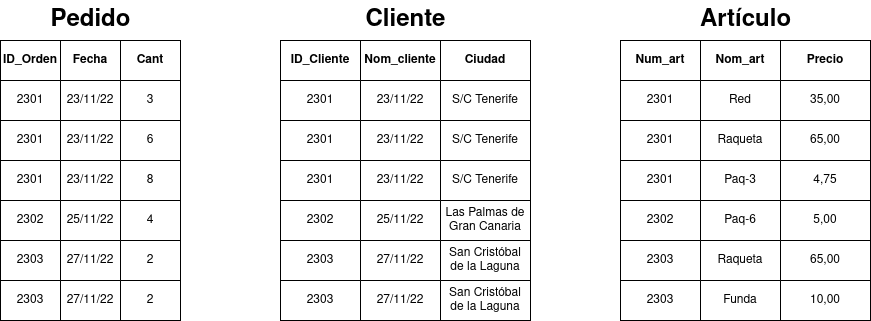
This is TAREAS/Tarea16/IMG/Normalización5.drawio.png from samugd17/base-datos-bae-, a draw.io export, as it was before one commit. Source tidied: cells renumbered, new cells last; positions are measured from the earlier drawing's top-left corner, leaving out a move shared by most shapes.
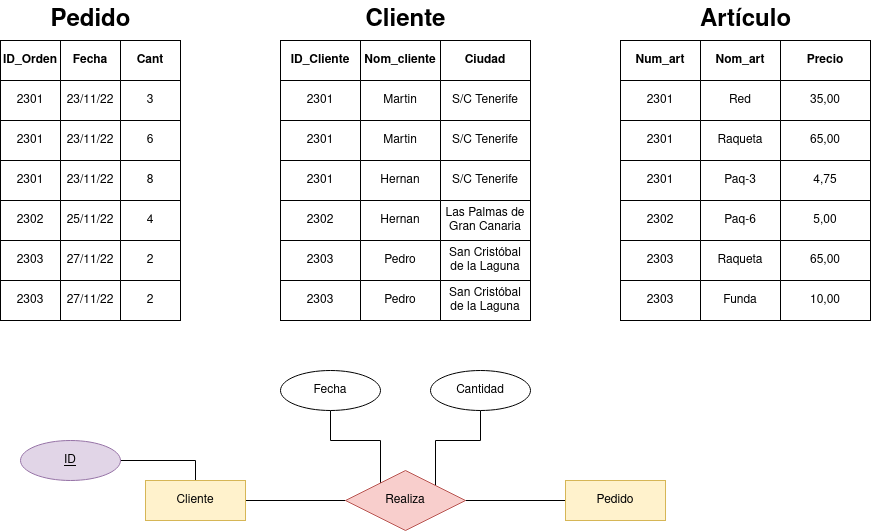
The same file after the commit.

The edit, as a diff of the source:
```diff
@@ -119,7 +119,7 @@
     <mxCell id="40" value="2301" style="shape=partialRectangle;html=1;whiteSpace=wrap;fillColor=none;top=0;left=0;bottom=0;right=0;overflow=hidden;" parent="39" vertex="1">
       <mxGeometry width="80" height="40" as="geometry" />
     </mxCell>
-    <mxCell id="41" value="23/11/22" style="shape=partialRectangle;html=1;whiteSpace=wrap;fillColor=none;top=0;left=0;bottom=0;right=0;overflow=hidden;" parent="39" vertex="1">
+    <mxCell id="41" value="Martin" style="shape=partialRectangle;html=1;whiteSpace=wrap;fillColor=none;top=0;left=0;bottom=0;right=0;overflow=hidden;" parent="39" vertex="1">
       <mxGeometry x="80" width="80" height="40" as="geometry" />
     </mxCell>
     <mxCell id="42" value="S/C Tenerife" style="shape=partialRectangle;html=1;whiteSpace=wrap;fillColor=none;top=0;left=0;bottom=0;right=0;overflow=hidden;" parent="39" vertex="1">
@@ -131,7 +131,7 @@
     <mxCell id="44" value="2301" style="shape=partialRectangle;html=1;whiteSpace=wrap;fillColor=none;top=0;left=0;bottom=0;right=0;overflow=hidden;" parent="43" vertex="1">
       <mxGeometry width="80" height="40" as="geometry" />
     </mxCell>
-    <mxCell id="45" value="23/11/22" style="shape=partialRectangle;html=1;whiteSpace=wrap;fillColor=none;top=0;left=0;bottom=0;right=0;overflow=hidden;" parent="43" vertex="1">
+    <mxCell id="45" value="Martin" style="shape=partialRectangle;html=1;whiteSpace=wrap;fillColor=none;top=0;left=0;bottom=0;right=0;overflow=hidden;" parent="43" vertex="1">
       <mxGeometry x="80" width="80" height="40" as="geometry" />
     </mxCell>
     <mxCell id="46" value="S/C Tenerife" style="shape=partialRectangle;html=1;whiteSpace=wrap;fillColor=none;top=0;left=0;bottom=0;right=0;overflow=hidden;" parent="43" vertex="1">
@@ -143,7 +143,7 @@
     <mxCell id="48" value="2301" style="shape=partialRectangle;html=1;whiteSpace=wrap;fillColor=none;top=0;left=0;bottom=0;right=0;overflow=hidden;" parent="47" vertex="1">
       <mxGeometry width="80" height="40" as="geometry" />
     </mxCell>
-    <mxCell id="49" value="23/11/22" style="shape=partialRectangle;html=1;whiteSpace=wrap;fillColor=none;top=0;left=0;bottom=0;right=0;overflow=hidden;" parent="47" vertex="1">
+    <mxCell id="49" value="Hernan" style="shape=partialRectangle;html=1;whiteSpace=wrap;fillColor=none;top=0;left=0;bottom=0;right=0;overflow=hidden;" parent="47" vertex="1">
       <mxGeometry x="80" width="80" height="40" as="geometry" />
     </mxCell>
     <mxCell id="50" value="S/C Tenerife" style="shape=partialRectangle;html=1;whiteSpace=wrap;fillColor=none;top=0;left=0;bottom=0;right=0;overflow=hidden;" parent="47" vertex="1">
@@ -155,7 +155,7 @@
     <mxCell id="52" value="2302" style="shape=partialRectangle;html=1;whiteSpace=wrap;fillColor=none;top=0;left=0;bottom=0;right=0;overflow=hidden;" parent="51" vertex="1">
       <mxGeometry width="80" height="40" as="geometry" />
     </mxCell>
-    <mxCell id="53" value="25/11/22" style="shape=partialRectangle;html=1;whiteSpace=wrap;fillColor=none;top=0;left=0;bottom=0;right=0;overflow=hidden;" parent="51" vertex="1">
+    <mxCell id="53" value="Hernan" style="shape=partialRectangle;html=1;whiteSpace=wrap;fillColor=none;top=0;left=0;bottom=0;right=0;overflow=hidden;" parent="51" vertex="1">
       <mxGeometry x="80" width="80" height="40" as="geometry" />
     </mxCell>
     <mxCell id="54" value="Las Palmas de Gran Canaria" style="shape=partialRectangle;html=1;whiteSpace=wrap;fillColor=none;top=0;left=0;bottom=0;right=0;overflow=hidden;" parent="51" vertex="1">
@@ -167,7 +167,7 @@
     <mxCell id="56" value="2303" style="shape=partialRectangle;html=1;whiteSpace=wrap;fillColor=none;top=0;left=0;bottom=0;right=0;overflow=hidden;" parent="55" vertex="1">
       <mxGeometry width="80" height="40" as="geometry" />
     </mxCell>
-    <mxCell id="57" value="27/11/22" style="shape=partialRectangle;html=1;whiteSpace=wrap;fillColor=none;top=0;left=0;bottom=0;right=0;overflow=hidden;" parent="55" vertex="1">
+    <mxCell id="57" value="Pedro" style="shape=partialRectangle;html=1;whiteSpace=wrap;fillColor=none;top=0;left=0;bottom=0;right=0;overflow=hidden;" parent="55" vertex="1">
       <mxGeometry x="80" width="80" height="40" as="geometry" />
     </mxCell>
     <mxCell id="58" value="San Cristóbal de la Laguna" style="shape=partialRectangle;html=1;whiteSpace=wrap;fillColor=none;top=0;left=0;bottom=0;right=0;overflow=hidden;" parent="55" vertex="1">
@@ -179,7 +179,7 @@
     <mxCell id="60" value="2303" style="shape=partialRectangle;html=1;whiteSpace=wrap;fillColor=none;top=0;left=0;bottom=0;right=0;overflow=hidden;" parent="59" vertex="1">
       <mxGeometry width="80" height="40" as="geometry" />
     </mxCell>
-    <mxCell id="61" value="27/11/22" style="shape=partialRectangle;html=1;whiteSpace=wrap;fillColor=none;top=0;left=0;bottom=0;right=0;overflow=hidden;" parent="59" vertex="1">
+    <mxCell id="61" value="Pedro" style="shape=partialRectangle;html=1;whiteSpace=wrap;fillColor=none;top=0;left=0;bottom=0;right=0;overflow=hidden;" parent="59" vertex="1">
       <mxGeometry x="80" width="80" height="40" as="geometry" />
     </mxCell>
     <mxCell id="62" value="San Cristóbal de la Laguna" style="shape=partialRectangle;html=1;whiteSpace=wrap;fillColor=none;top=0;left=0;bottom=0;right=0;overflow=hidden;" parent="59" vertex="1">
@@ -272,5 +272,43 @@
     <mxCell id="91" value="10,00" style="shape=partialRectangle;html=1;whiteSpace=wrap;fillColor=none;top=0;left=0;bottom=0;right=0;overflow=hidden;" parent="88" vertex="1">
       <mxGeometry x="160" width="90" height="40" as="geometry" />
     </mxCell>
+    <mxCell id="92" style="edgeStyle=orthogonalEdgeStyle;rounded=0;jettySize=auto;html=1;entryX=0;entryY=0.5;entryDx=0;entryDy=0;endArrow=none;endFill=0;" parent="1" edge="1" source="94" target="98">
+      <mxGeometry relative="1" as="geometry" />
+    </mxCell>
+    <mxCell id="93" style="edgeStyle=orthogonalEdgeStyle;rounded=0;jettySize=auto;html=1;entryX=1;entryY=0.5;entryDx=0;entryDy=0;endArrow=none;endFill=0;exitX=0.5;exitY=0;exitDx=0;exitDy=0;" parent="1" edge="1" source="94" target="100">
+      <mxGeometry relative="1" as="geometry" />
+    </mxCell>
+    <mxCell id="94" value="Cliente" style="whiteSpace=wrap;html=1;align=center;fillColor=#fff2cc;strokeColor=#d6b656;" parent="1" vertex="1">
+      <mxGeometry x="145" y="480" width="100" height="40" as="geometry" />
+    </mxCell>
+    <mxCell id="95" style="edgeStyle=orthogonalEdgeStyle;rounded=0;jettySize=auto;html=1;entryX=0;entryY=0.5;entryDx=0;entryDy=0;endArrow=none;endFill=0;" parent="1" edge="1" source="98" target="99">
+      <mxGeometry relative="1" as="geometry" />
+    </mxCell>
+    <mxCell id="96" style="edgeStyle=orthogonalEdgeStyle;rounded=0;jettySize=auto;html=1;entryX=0.5;entryY=1;entryDx=0;entryDy=0;endArrow=none;endFill=0;" parent="1" edge="1" source="98" target="101">
+      <mxGeometry relative="1" as="geometry">
+        <Array as="points">
+          <mxPoint x="380" y="440" />
+          <mxPoint x="330" y="440" />
+        </Array>
+      </mxGeometry>
+    </mxCell>
+    <mxCell id="97" style="edgeStyle=orthogonalEdgeStyle;rounded=0;jettySize=auto;html=1;exitX=1;exitY=0;exitDx=0;exitDy=0;entryX=0.5;entryY=1;entryDx=0;entryDy=0;endArrow=none;endFill=0;" parent="1" edge="1" source="98" target="102">
+      <mxGeometry relative="1" as="geometry" />
+    </mxCell>
+    <mxCell id="98" value="Realiza" style="shape=rhombus;perimeter=rhombusPerimeter;whiteSpace=wrap;html=1;align=center;fillColor=#f8cecc;strokeColor=#b85450;" parent="1" vertex="1">
+      <mxGeometry x="345" y="470" width="120" height="60" as="geometry" />
+    </mxCell>
+    <mxCell id="99" value="Pedido" style="whiteSpace=wrap;html=1;align=center;fillColor=#fff2cc;strokeColor=#d6b656;" parent="1" vertex="1">
+      <mxGeometry x="565" y="480" width="100" height="40" as="geometry" />
+    </mxCell>
+    <mxCell id="100" value="ID" style="ellipse;whiteSpace=wrap;html=1;align=center;fontStyle=4;fillColor=#e1d5e7;strokeColor=#9673a6;" parent="1" vertex="1">
+      <mxGeometry x="20" y="440" width="100" height="40" as="geometry" />
+    </mxCell>
+    <mxCell id="101" value="Fecha" style="ellipse;whiteSpace=wrap;html=1;align=center;" parent="1" vertex="1">
+      <mxGeometry x="280" y="370" width="100" height="40" as="geometry" />
+    </mxCell>
+    <mxCell id="102" value="Cantidad" style="ellipse;whiteSpace=wrap;html=1;align=center;" parent="1" vertex="1">
+      <mxGeometry x="430" y="370" width="100" height="40" as="geometry" />
+    </mxCell>
   </root>
 </mxGraphModel>
```
